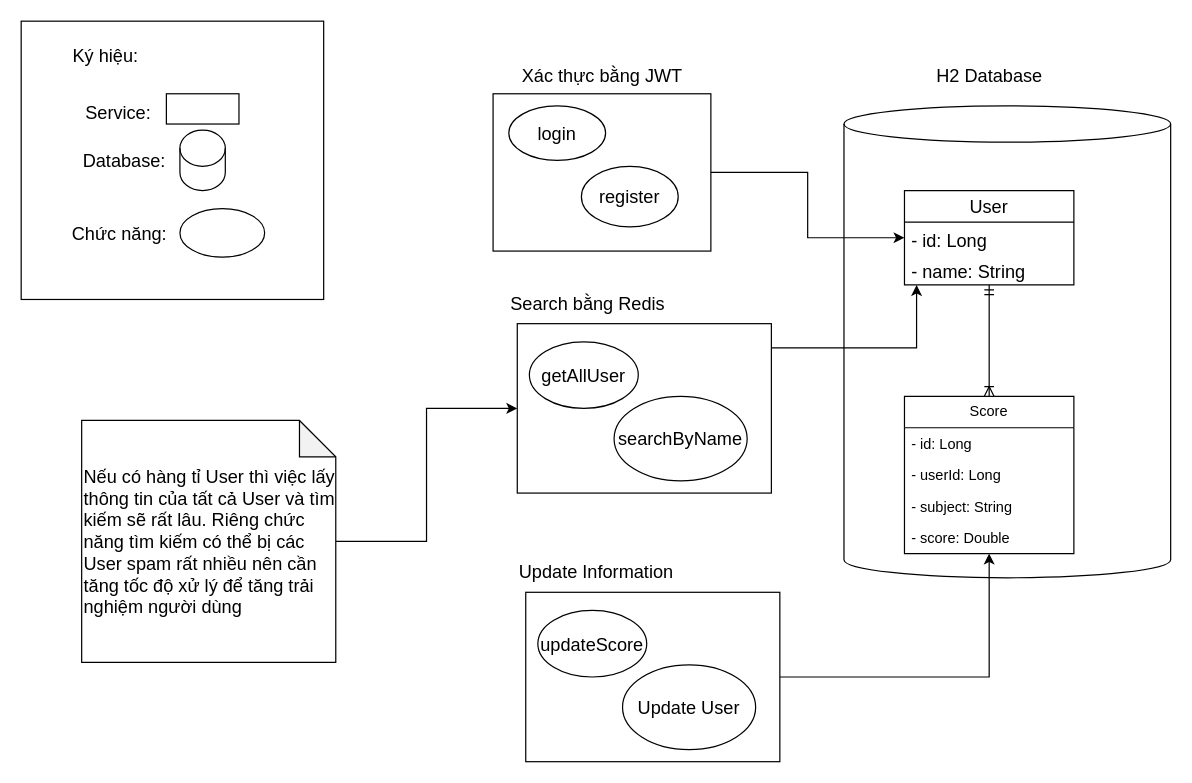
Earlier version of the draw.io diagram Ý tưởng project.drawio (phamhanam520/STT12_PhamHaNam_week5). Source tidied: cells renumbered, new cells numbered last; positions are measured from the earlier drawing's top-left corner, leaving out a move shared by most shapes. Both pictures are drawn from the tidied source at 121%, with x=0, y=0 at pixel (21, 21).
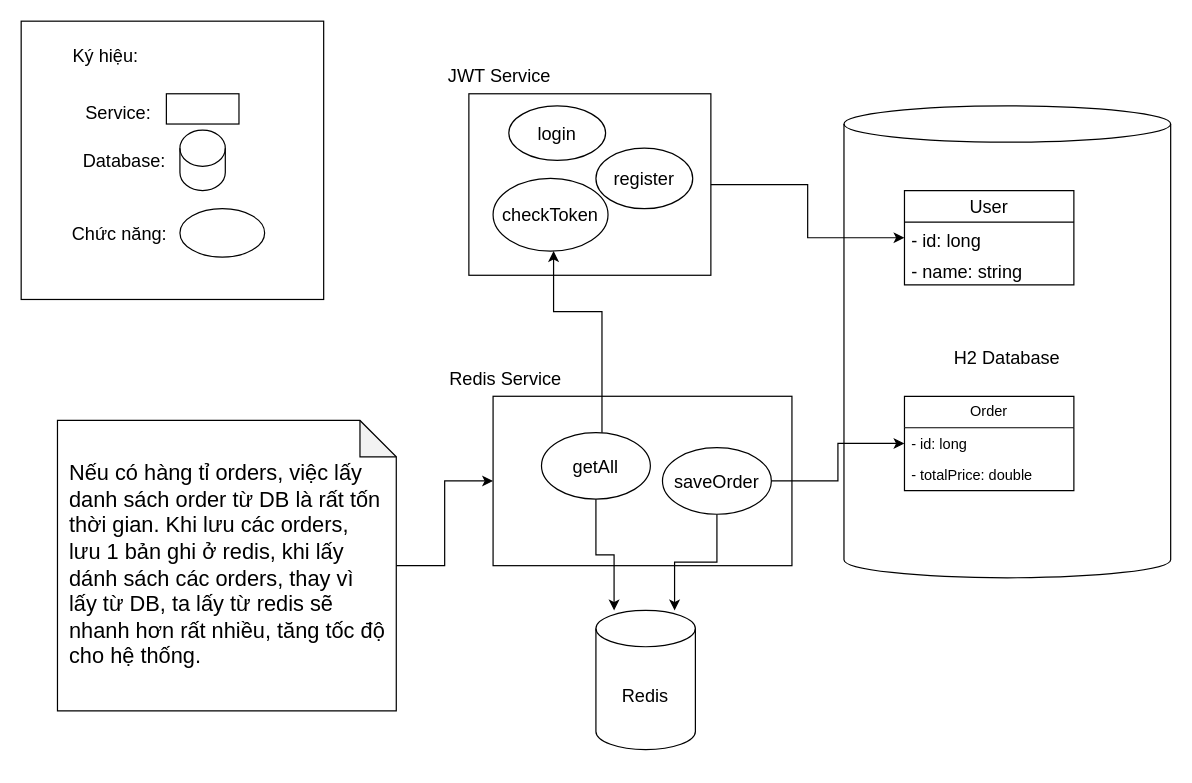
Above is the later version.

Unchanged cells that the change refers to:
```xml
<mxCell id="15" value="User" style="swimlane;fontStyle=0;horizontal=1;startSize=26;fillColor=none;whiteSpace=wrap;html=1;fontSize=15;" parent="1" vertex="1">
  <mxGeometry x="730" y="140" width="140" height="78" as="geometry" />
</mxCell>
```

The edit, as a diff of the source:
```diff
@@
+    <mxCell id="20" style="rounded=0;whiteSpace=wrap;html=1;fontSize=15;" parent="1" vertex="1">
+      <mxGeometry x="390" y="310" width="247" height="140" as="geometry" />
+    </mxCell>
@@
     <mxCell id="10" style="rounded=0;whiteSpace=wrap;html=1;fontSize=15;" parent="1" vertex="1">
-      <mxGeometry x="390" y="60" width="180" height="130" as="geometry" />
+      <mxGeometry x="370" y="60" width="200" height="150" as="geometry" />
     </mxCell>
-    <mxCell id="11" value="Xác thực bằng JWT" style="text;html=1;align=center;verticalAlign=middle;strokeColor=none;fillColor=none;fontSize=15;" parent="1" vertex="1">
-      <mxGeometry x="400" y="30" width="160" height="30" as="geometry" />
+    <mxCell id="11" value="JWT Service" style="text;html=1;align=center;verticalAlign=middle;strokeColor=none;fillColor=none;fontSize=15;" parent="1" vertex="1">
+      <mxGeometry x="340" y="30" width="110" height="30" as="geometry" />
     </mxCell>
@@
     <mxCell id="13" value="register" style="ellipse;whiteSpace=wrap;html=1;fontSize=15;" parent="1" vertex="1">
-      <mxGeometry x="463" y="120" width="80" height="50" as="geometry" />
+      <mxGeometry x="475" y="105" width="80" height="50" as="geometry" />
     </mxCell>
-    <mxCell id="14" style="shape=cylinder3;whiteSpace=wrap;html=1;boundedLbl=1;backgroundOutline=1;size=15;fontSize=15;" parent="1" vertex="1">
+    <mxCell id="14" value="H2 Database" style="shape=cylinder3;whiteSpace=wrap;html=1;boundedLbl=1;backgroundOutline=1;size=15;fontSize=15;" parent="1" vertex="1">
       <mxGeometry x="680" y="70" width="270" height="390" as="geometry" />
     </mxCell>
@@
-    <mxCell id="16" value="- id: Long" style="text;strokeColor=none;fillColor=none;align=left;verticalAlign=top;spacingLeft=4;spacingRight=4;overflow=hidden;whiteSpace=wrap;html=1;fontSize=15;" parent="15" vertex="1">
+    <mxCell id="16" value="- id: long" style="text;strokeColor=none;fillColor=none;align=left;verticalAlign=top;spacingLeft=4;spacingRight=4;overflow=hidden;whiteSpace=wrap;html=1;fontSize=15;" parent="15" vertex="1">
       <mxGeometry y="26" width="140" height="26" as="geometry" />
     </mxCell>
-    <mxCell id="17" value="- name: String" style="text;strokeColor=none;fillColor=none;align=left;verticalAlign=top;spacingLeft=4;spacingRight=4;overflow=hidden;whiteSpace=wrap;html=1;fontSize=15;" parent="15" vertex="1">
+    <mxCell id="17" value="- name: string" style="text;strokeColor=none;fillColor=none;align=left;verticalAlign=top;spacingLeft=4;spacingRight=4;overflow=hidden;whiteSpace=wrap;html=1;fontSize=15;" parent="15" vertex="1">
       <mxGeometry y="52" width="140" height="26" as="geometry" />
     </mxCell>
@@
-    <mxCell id="19" style="edgeStyle=orthogonalEdgeStyle;rounded=0;jettySize=auto;html=1;fontSize=15;" parent="1" edge="1" source="20" target="15">
-      <mxGeometry relative="1" as="geometry">
-        <Array as="points">
-          <mxPoint x="740" y="270" />
-        </Array>
-      </mxGeometry>
-    </mxCell>
-    <mxCell id="20" style="rounded=0;whiteSpace=wrap;html=1;fontSize=15;" parent="1" vertex="1">
-      <mxGeometry x="410" y="250" width="210" height="140" as="geometry" />
-    </mxCell>
+    <mxCell id="38" style="edgeStyle=orthogonalEdgeStyle;rounded=0;jettySize=auto;html=1;" parent="1" edge="1" source="22" target="39">
+      <mxGeometry relative="1" as="geometry">
+        <Array as="points">
+          <mxPoint x="480" y="240" />
+          <mxPoint x="440" y="240" />
+        </Array>
+      </mxGeometry>
+    </mxCell>
-    <mxCell id="21" value="Search bằng Redis" style="text;html=1;align=center;verticalAlign=middle;strokeColor=none;fillColor=none;fontSize=15;" parent="1" vertex="1">
-      <mxGeometry x="393" y="218" width="150" height="30" as="geometry" />
+    <mxCell id="21" value="Redis Service" style="text;html=1;align=center;verticalAlign=middle;strokeColor=none;fillColor=none;fontSize=15;" parent="1" vertex="1">
+      <mxGeometry x="340" y="280" width="120" height="30" as="geometry" />
     </mxCell>
-    <mxCell id="22" value="getAllUser" style="ellipse;whiteSpace=wrap;html=1;fontSize=15;" parent="1" vertex="1">
-      <mxGeometry x="420" y="265" width="90" height="55" as="geometry" />
+    <mxCell id="22" value="getAll" style="ellipse;whiteSpace=wrap;html=1;fontSize=15;" parent="1" vertex="1">
+      <mxGeometry x="430" y="340" width="90" height="55" as="geometry" />
     </mxCell>
-    <mxCell id="23" value="searchByName" style="ellipse;whiteSpace=wrap;html=1;fontSize=15;" parent="1" vertex="1">
-      <mxGeometry x="490" y="310" width="110" height="70" as="geometry" />
-    </mxCell>
@@
-    <mxCell id="25" value="Nếu có hàng tỉ User thì việc lấy thông tin của tất cả User và tìm kiếm sẽ rất lâu. Riêng chức năng tìm kiếm có thể bị các User spam rất nhiều nên cần tăng tốc độ xử lý để tăng trải nghiệm người dùng" style="shape=note;whiteSpace=wrap;html=1;backgroundOutline=1;darkOpacity=0.05;fontSize=15;align=left;" parent="1" vertex="1">
-      <mxGeometry x="50" y="330" width="210" height="200" as="geometry" />
+    <mxCell id="25" value="Nếu có hàng tỉ orders, việc lấy danh sách order từ DB là rất tốn thời gian. Khi lưu các orders, lưu 1 bản ghi ở redis, khi lấy dánh sách các orders, thay vì lấy từ DB, ta lấy từ redis sẽ nhanh hơn rất nhiều, tăng tốc độ cho hệ thống." style="shape=note;whiteSpace=wrap;html=1;backgroundOutline=1;darkOpacity=0.05;fontSize=18;align=left;spacing=10;" parent="1" vertex="1">
+      <mxGeometry x="30" y="330" width="280" height="240" as="geometry" />
     </mxCell>
-    <mxCell id="26" value="H2 Database" style="text;html=1;align=center;verticalAlign=middle;strokeColor=none;fillColor=none;fontSize=15;" parent="1" vertex="1">
-      <mxGeometry x="745" y="30" width="110" height="30" as="geometry" />
-    </mxCell>
-    <mxCell id="27" value="Score" style="swimlane;fontStyle=0;horizontal=1;startSize=26;fillColor=none;whiteSpace=wrap;html=1;" parent="1" vertex="1">
-      <mxGeometry x="730" y="310" width="140" height="130" as="geometry" />
+    <mxCell id="27" value="Order" style="swimlane;fontStyle=0;horizontal=1;startSize=26;fillColor=none;whiteSpace=wrap;html=1;" parent="1" vertex="1">
+      <mxGeometry x="730" y="310" width="140" height="78" as="geometry" />
     </mxCell>
-    <mxCell id="28" value="- id: Long" style="text;strokeColor=none;fillColor=none;align=left;verticalAlign=top;spacingLeft=4;spacingRight=4;overflow=hidden;whiteSpace=wrap;html=1;" parent="27" vertex="1">
+    <mxCell id="28" value="- id: long" style="text;strokeColor=none;fillColor=none;align=left;verticalAlign=top;spacingLeft=4;spacingRight=4;overflow=hidden;whiteSpace=wrap;html=1;" parent="27" vertex="1">
       <mxGeometry y="26" width="140" height="26" as="geometry" />
     </mxCell>
-    <mxCell id="29" value="- userId: Long&amp;nbsp;" style="text;strokeColor=none;fillColor=none;align=left;verticalAlign=top;spacingLeft=4;spacingRight=4;overflow=hidden;whiteSpace=wrap;html=1;" parent="27" vertex="1">
+    <mxCell id="29" value="- totalPrice: double" style="text;strokeColor=none;fillColor=none;align=left;verticalAlign=top;spacingLeft=4;spacingRight=4;overflow=hidden;whiteSpace=wrap;html=1;" parent="27" vertex="1">
       <mxGeometry y="52" width="140" height="26" as="geometry" />
     </mxCell>
-    <mxCell id="30" value="- subject: String" style="text;strokeColor=none;fillColor=none;align=left;verticalAlign=top;spacingLeft=4;spacingRight=4;overflow=hidden;whiteSpace=wrap;html=1;" parent="27" vertex="1">
-      <mxGeometry y="78" width="140" height="26" as="geometry" />
-    </mxCell>
-    <mxCell id="31" value="- score: Double" style="text;strokeColor=none;fillColor=none;align=left;verticalAlign=top;spacingLeft=4;spacingRight=4;overflow=hidden;whiteSpace=wrap;html=1;" parent="27" vertex="1">
-      <mxGeometry y="104" width="140" height="26" as="geometry" />
-    </mxCell>
-    <mxCell id="32" style="endArrow=ERmandOne;html=1;rounded=0;startArrow=ERoneToMany;startFill=0;endFill=0;" parent="1" edge="1" source="27" target="15">
-      <mxGeometry relative="1" as="geometry" />
-    </mxCell>
-    <mxCell id="33" style="edgeStyle=orthogonalEdgeStyle;rounded=0;jettySize=auto;html=1;" parent="1" edge="1" source="34" target="27">
-      <mxGeometry relative="1" as="geometry" />
-    </mxCell>
-    <mxCell id="34" style="rounded=0;whiteSpace=wrap;html=1;fontSize=15;" parent="1" vertex="1">
-      <mxGeometry x="417" y="472" width="210" height="140" as="geometry" />
-    </mxCell>
-    <mxCell id="35" value="Update Information" style="text;html=1;align=center;verticalAlign=middle;strokeColor=none;fillColor=none;fontSize=15;" parent="1" vertex="1">
-      <mxGeometry x="400" y="440" width="150" height="30" as="geometry" />
-    </mxCell>
-    <mxCell id="36" value="updateScore" style="ellipse;whiteSpace=wrap;html=1;fontSize=15;" parent="1" vertex="1">
-      <mxGeometry x="427" y="487" width="90" height="55" as="geometry" />
-    </mxCell>
-    <mxCell id="37" value="Update User" style="ellipse;whiteSpace=wrap;html=1;fontSize=15;" parent="1" vertex="1">
-      <mxGeometry x="497" y="532" width="110" height="70" as="geometry" />
-    </mxCell>
+    <mxCell id="39" value="checkToken" style="ellipse;whiteSpace=wrap;html=1;fontStyle=0;fontSize=15;" parent="1" vertex="1">
+      <mxGeometry x="390" y="130" width="95" height="60" as="geometry" />
+    </mxCell>
+    <mxCell id="40" style="edgeStyle=orthogonalEdgeStyle;rounded=0;jettySize=auto;html=1;" parent="1" edge="1" source="42" target="43">
+      <mxGeometry relative="1" as="geometry">
+        <Array as="points">
+          <mxPoint x="575" y="447" />
+          <mxPoint x="540" y="447" />
+        </Array>
+      </mxGeometry>
+    </mxCell>
+    <mxCell id="41" style="edgeStyle=orthogonalEdgeStyle;rounded=0;jettySize=auto;html=1;" parent="1" edge="1" source="42" target="27">
+      <mxGeometry relative="1" as="geometry" />
+    </mxCell>
+    <mxCell id="42" value="saveOrder" style="ellipse;whiteSpace=wrap;html=1;fontSize=15;" parent="1" vertex="1">
+      <mxGeometry x="530" y="352.5" width="90" height="55" as="geometry" />
+    </mxCell>
+    <mxCell id="43" value="Redis" style="shape=cylinder3;whiteSpace=wrap;html=1;boundedLbl=1;backgroundOutline=1;size=15;fontSize=15;" parent="1" vertex="1">
+      <mxGeometry x="475" y="487" width="82.2" height="115" as="geometry" />
+    </mxCell>
+    <mxCell id="44" style="edgeStyle=orthogonalEdgeStyle;rounded=0;jettySize=auto;html=1;" parent="1" edge="1" source="22" target="43">
+      <mxGeometry relative="1" as="geometry">
+        <Array as="points">
+          <mxPoint x="475" y="441" />
+          <mxPoint x="490" y="441" />
+        </Array>
+      </mxGeometry>
+    </mxCell>
```
